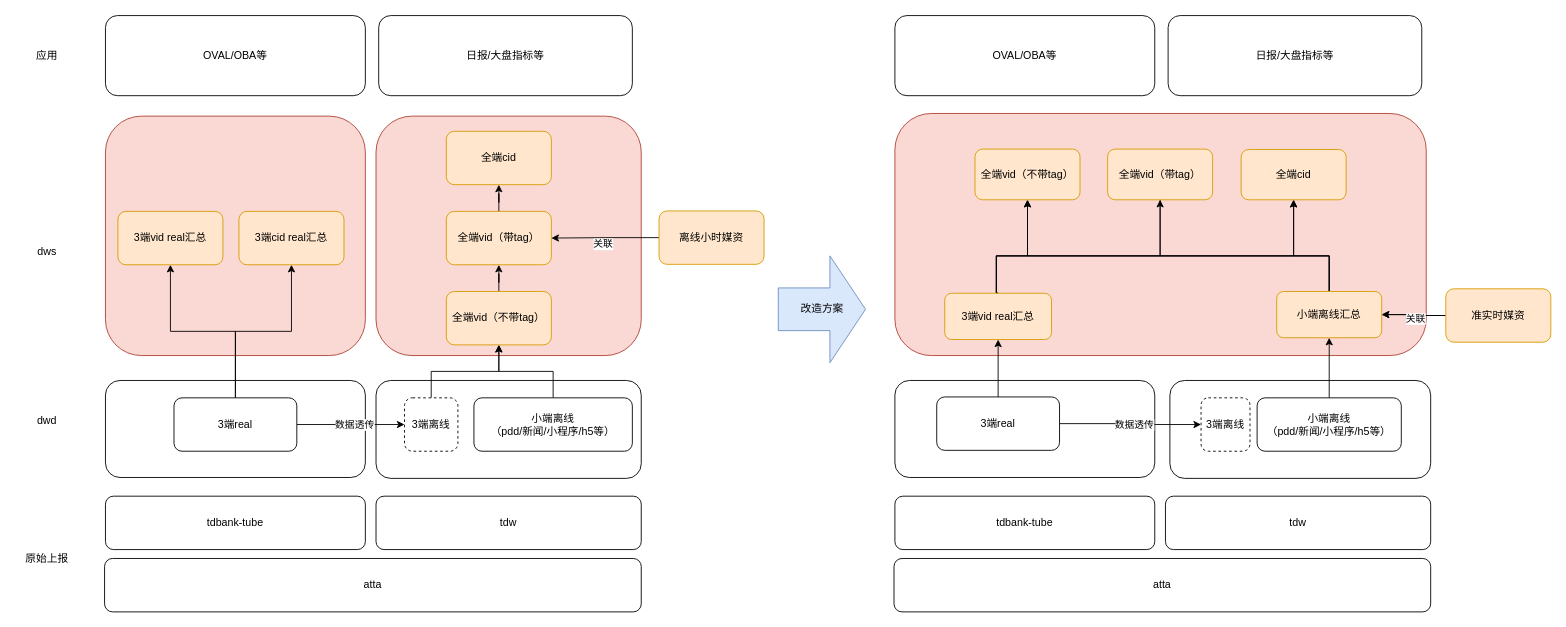
Above: 播放全端dws数据统一.drawio in Arthur-Lanc/drawio (draw.io), before the change. Source tidied: cells renumbered, new cells numbered last; positions are measured from the earlier drawing's top-left corner, leaving out a move shared by most shapes. Both pictures are drawn from the tidied source at 89%, with x=0, y=0 at pixel (15, 15).
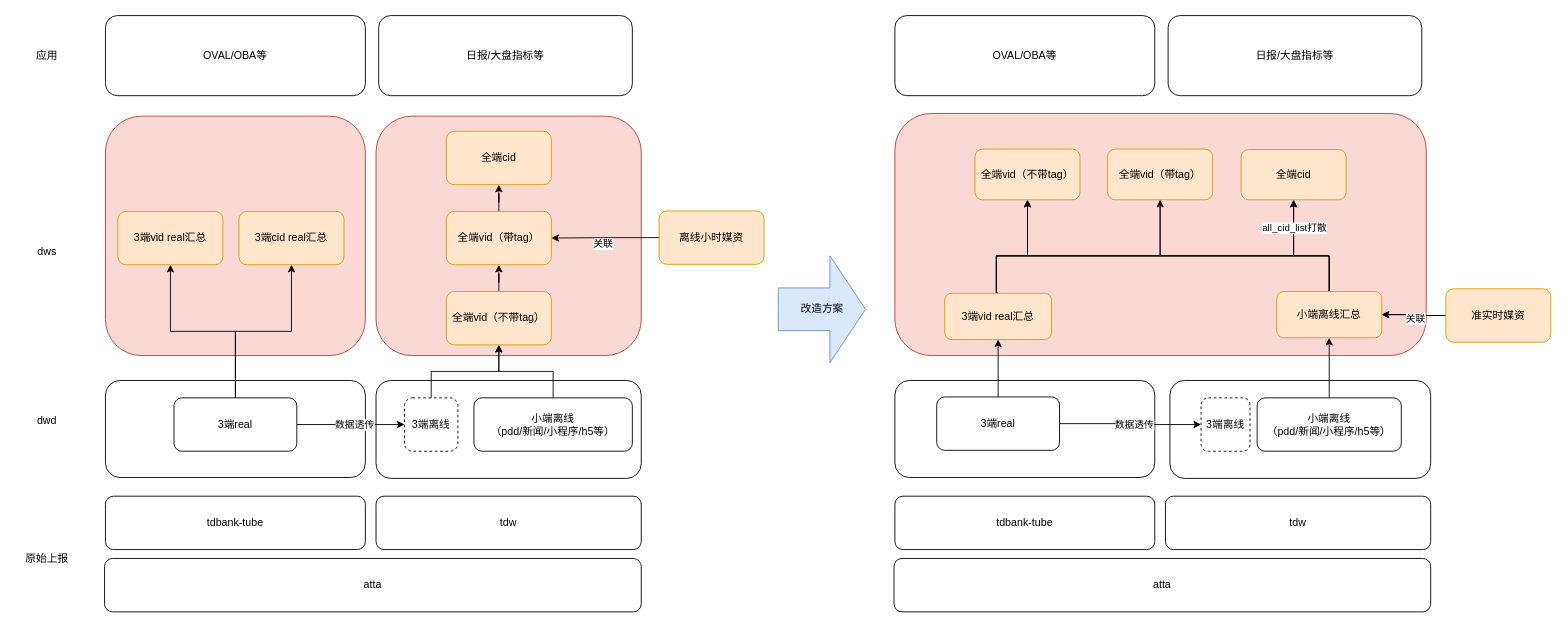
The same diagram, later.

Commit message:
更新播放全端dws数据统一.drawio

Unchanged cells that the change refers to:
```xml
<mxCell id="61" style="edgeStyle=orthogonalEdgeStyle;rounded=0;jettySize=auto;html=1;exitX=0.5;exitY=0;exitDx=0;exitDy=0;entryX=0.5;entryY=1;entryDx=0;entryDy=0;" parent="1" edge="1" source="63" target="50">
  <mxGeometry relative="1" as="geometry">
    <Array as="points">
      <mxPoint x="1476" y="270" />
      <mxPoint x="1436" y="270" />
    </Array>
  </mxGeometry>
</mxCell>
```

Change to the diagram source:
```diff
@@
+    <mxCell id="65" value="all_cid_list打散" style="edgeLabel;html=1;align=center;verticalAlign=middle;" parent="61" vertex="1">
+      <mxGeometry x="0.57" relative="1" as="geometry" />
+    </mxCell>
```
